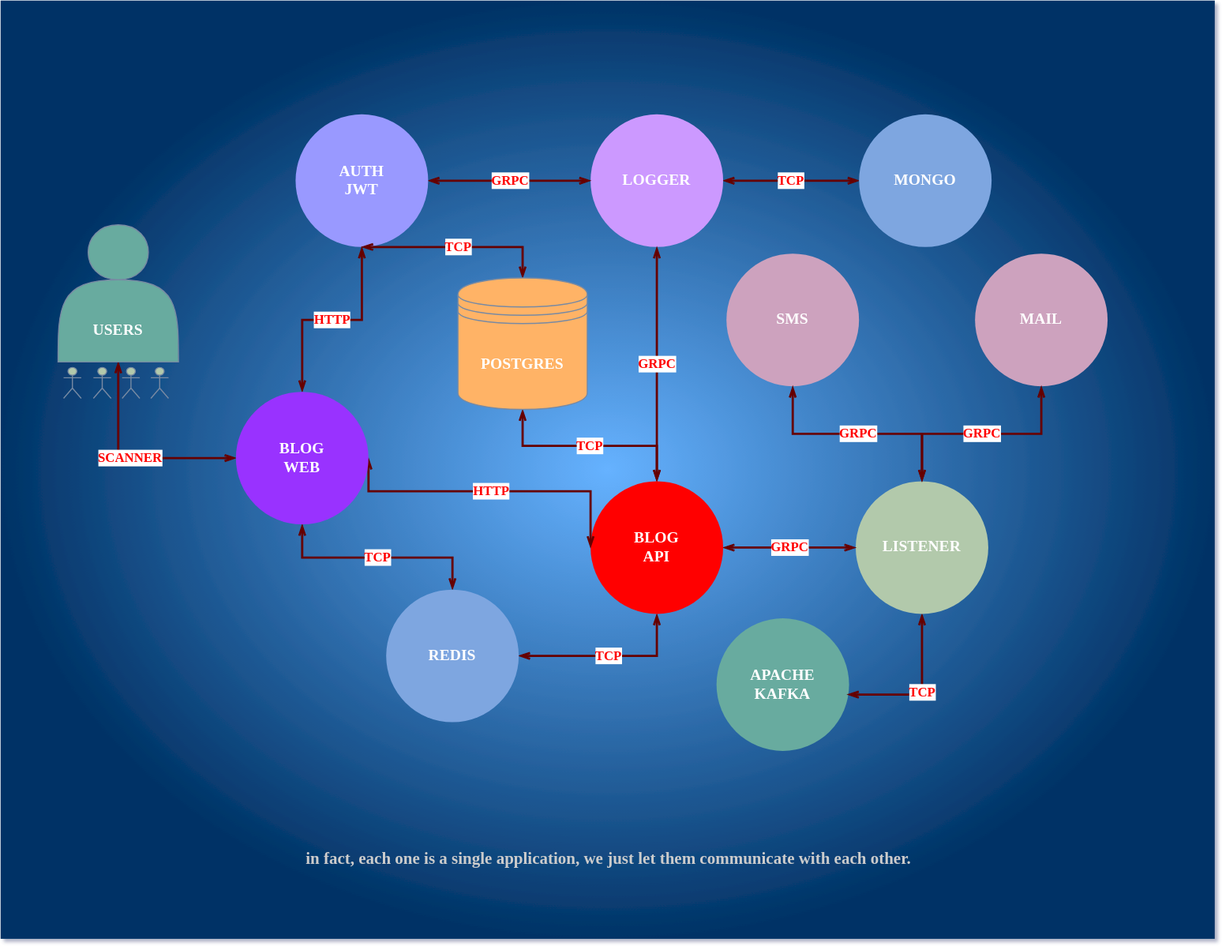
mstgnz/microservice keeps this draw.io diagram as microservice.svg. Above is the earlier version. Source tidied: cells renumbered, new cells last; positions are measured from the earlier drawing's top-left corner, leaving out a move shared by most shapes.
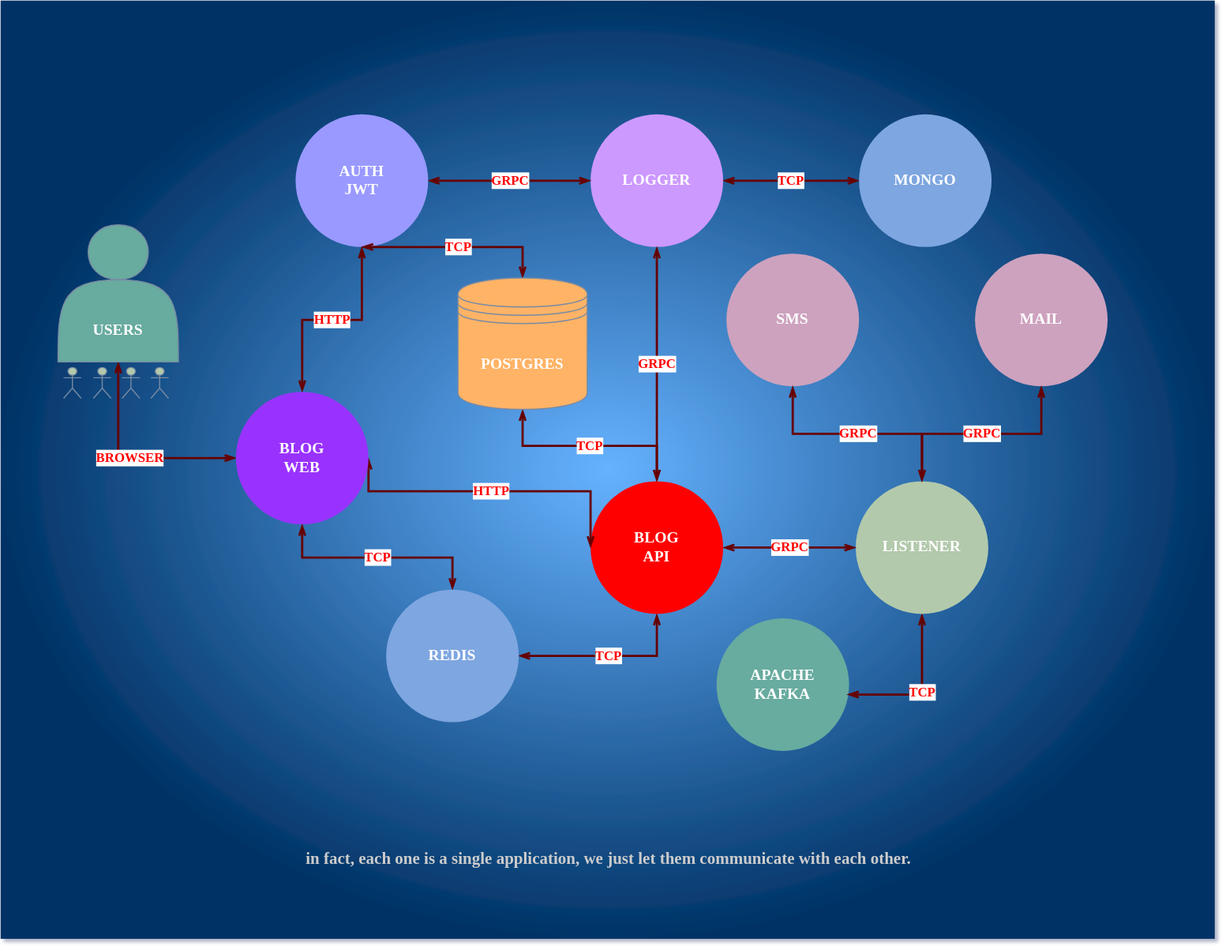
Later version of the same file.

What changed in the source:
```diff
@@ -5,7 +5,7 @@
     <mxCell id="2" style="rounded=0;whiteSpace=wrap;html=1;strokeColor=none;fontColor=#46495D;fillColor=#66B2FF;gradientColor=#003366;shadow=0;glass=0;gradientDirection=radial;" parent="1" vertex="1">
       <mxGeometry width="1099" height="849" as="geometry" />
     </mxCell>
-    <mxCell id="3" value="SCANNER" style="edgeStyle=elbowEdgeStyle;jettySize=auto;html=1;exitX=0.5;exitY=1;exitDx=0;exitDy=0;strokeColor=#660000;fontColor=#FF0000;fillColor=#B2C9AB;strokeWidth=2;shadow=0;elbow=vertical;startArrow=openThin;startFill=0;endArrow=openThin;endFill=0;jumpStyle=line;rounded=0;fontStyle=1;fontFamily=Verdana;fontSize=12;entryX=0;entryY=0.5;entryDx=0;entryDy=0;" parent="1" edge="1" source="30" target="25">
+    <mxCell id="3" value="BROWSER" style="edgeStyle=elbowEdgeStyle;jettySize=auto;html=1;exitX=0.5;exitY=1;exitDx=0;exitDy=0;strokeColor=#660000;fontColor=#FF0000;fillColor=#B2C9AB;strokeWidth=2;shadow=0;elbow=vertical;startArrow=openThin;startFill=0;endArrow=openThin;endFill=0;jumpStyle=line;rounded=0;fontStyle=1;fontFamily=Verdana;fontSize=12;entryX=0;entryY=0.5;entryDx=0;entryDy=0;" parent="1" edge="1" source="30" target="25">
       <mxGeometry relative="1" as="geometry">
         <Array as="points">
           <mxPoint x="170" y="414" />
```
